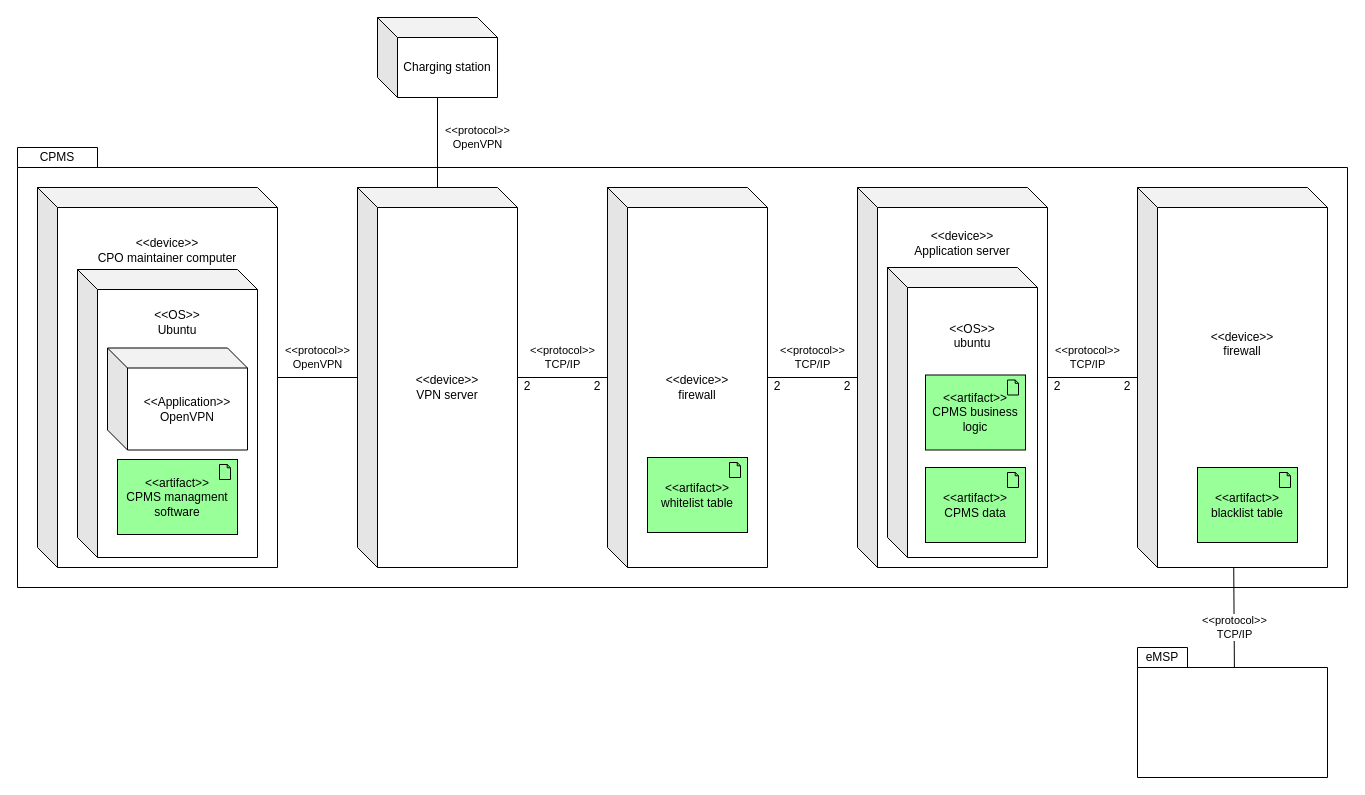
Above: page "CPMS-deployment" (4 of 5) of DD/Graphics/DD.drawio in federico-mandelli/CoriglianoMandelliPignataro (draw.io), before the change. Source tidied: cells renumbered, new cells numbered last; positions are measured from the earlier drawing's top-left corner, leaving out a move shared by most shapes. Both pictures are drawn from the tidied source at 100%, with x=0, y=0 at pixel (17, 17).
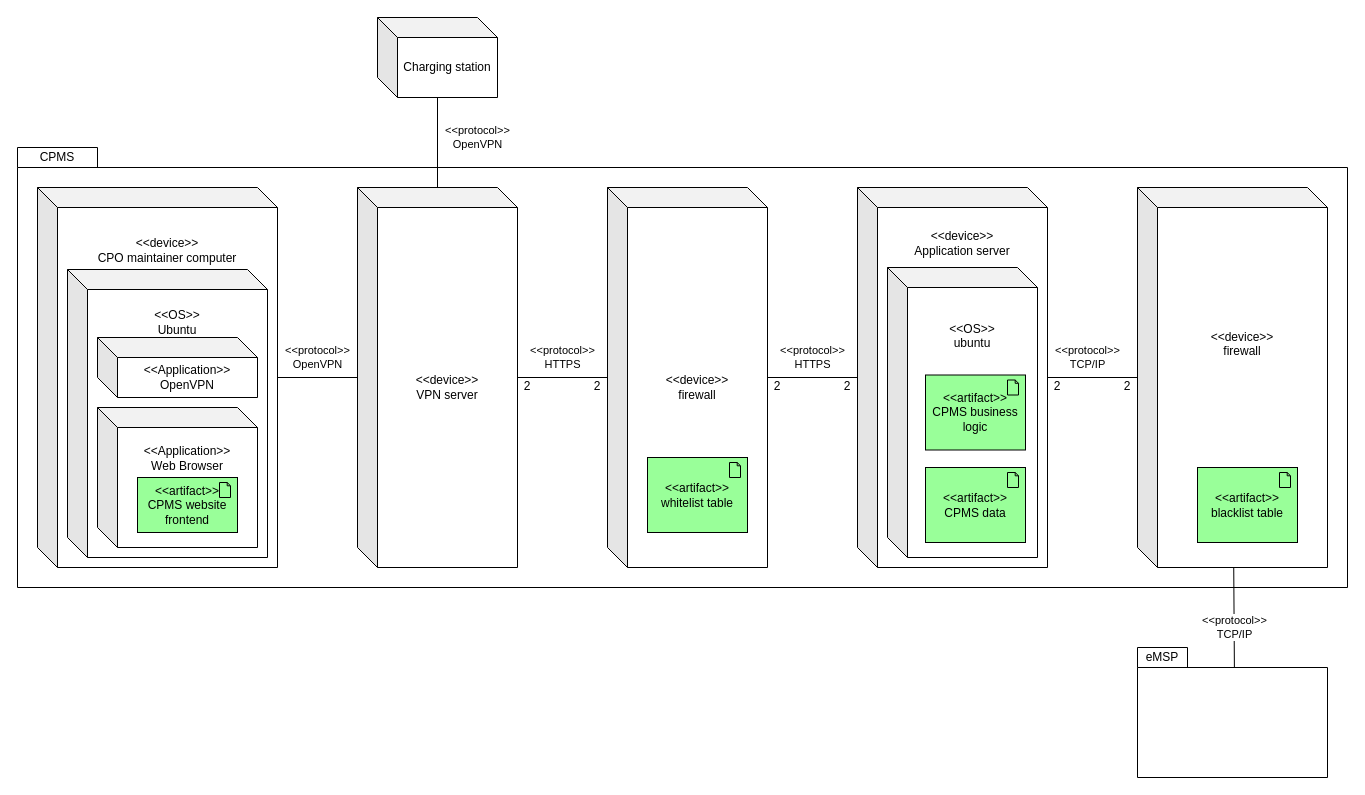
The same page after the edit.

The change refers to these unchanged cells:
```xml
<mxCell id="3" value="&amp;lt;&amp;lt;device&amp;gt;&amp;gt;&lt;br&gt;Application server&lt;br&gt;&lt;br&gt;&lt;br&gt;&lt;br&gt;&lt;br&gt;&lt;br&gt;&lt;br&gt;&lt;br&gt;&lt;br&gt;&lt;br&gt;&lt;br&gt;&lt;br&gt;&lt;br&gt;&lt;br&gt;&lt;br&gt;&lt;br&gt;&lt;br&gt;&lt;br&gt;&lt;br&gt;&lt;br&gt;&lt;br&gt;" style="shape=cube;whiteSpace=wrap;html=1;boundedLbl=1;backgroundOutline=1;darkOpacity=0.05;darkOpacity2=0.1;" parent="1" vertex="1">
  <mxGeometry x="840" y="170" width="190" height="380" as="geometry" />
</mxCell>
<mxCell id="13" value="&amp;lt;&amp;lt;device&amp;gt;&amp;gt;&lt;br&gt;firewall" style="shape=cube;whiteSpace=wrap;html=1;boundedLbl=1;backgroundOutline=1;darkOpacity=0.05;darkOpacity2=0.1;" parent="1" vertex="1">
  <mxGeometry x="590" y="170" width="160" height="380" as="geometry" />
</mxCell>
<mxCell id="21" value="&amp;lt;&amp;lt;device&amp;gt;&amp;gt;&lt;br&gt;VPN server" style="shape=cube;whiteSpace=wrap;html=1;boundedLbl=1;backgroundOutline=1;darkOpacity=0.05;darkOpacity2=0.1;" parent="1" vertex="1">
  <mxGeometry x="340" y="170" width="160" height="380" as="geometry" />
</mxCell>
```

Change to the diagram source:
```diff
@@
     <mxCell id="8" value="&amp;lt;&amp;lt;OS&amp;gt;&amp;gt;&lt;br&gt;Ubuntu&lt;br&gt;&lt;br&gt;&lt;br&gt;&lt;br&gt;&lt;br&gt;&lt;br&gt;&lt;br&gt;&lt;br&gt;&lt;br&gt;&lt;br&gt;&lt;br&gt;&lt;br&gt;&lt;br&gt;&lt;br&gt;&lt;br&gt;" style="shape=cube;whiteSpace=wrap;html=1;boundedLbl=1;backgroundOutline=1;darkOpacity=0.05;darkOpacity2=0.1;" parent="1" vertex="1">
-      <mxGeometry x="60" y="252" width="180" height="288" as="geometry" />
+      <mxGeometry x="50" y="252" width="200" height="288" as="geometry" />
     </mxCell>
@@
-    <mxCell id="10" value="&amp;lt;&amp;lt;artifact&amp;gt;&amp;gt;&lt;br style=&quot;border-color: var(--border-color);&quot;&gt;CPMS managment software" style="html=1;whiteSpace=wrap;fillColor=#99ff99;shape=mxgraph.archimate.application;appType=artifact;" parent="1" vertex="1">
-      <mxGeometry x="100" y="442" width="120" height="75" as="geometry" />
-    </mxCell>
@@
-    <mxCell id="14" value="&amp;lt;&amp;lt;protocol&amp;gt;&amp;gt;&lt;br style=&quot;border-color: var(--border-color);&quot;&gt;TCP/IP" style="endArrow=none;html=1;rounded=0;" parent="1" edge="1" source="3" target="13">
+    <mxCell id="14" value="&amp;lt;&amp;lt;protocol&amp;gt;&amp;gt;&lt;br style=&quot;border-color: var(--border-color);&quot;&gt;HTTPS" style="endArrow=none;html=1;rounded=0;" parent="1" edge="1" source="3" target="13">
       <mxGeometry y="-20" relative="1" as="geometry" />
     </mxCell>
@@
-    <mxCell id="23" value="&amp;lt;&amp;lt;protocol&amp;gt;&amp;gt;&lt;br style=&quot;border-color: var(--border-color);&quot;&gt;TCP/IP" style="endArrow=none;html=1;rounded=0;" parent="1" edge="1" source="21" target="13">
-      <mxGeometry y="20" relative="1" as="geometry" />
+    <mxCell id="23" value="&amp;lt;&amp;lt;protocol&amp;gt;&amp;gt;&lt;br style=&quot;border-color: var(--border-color);&quot;&gt;HTTPS" style="endArrow=none;html=1;rounded=0;" parent="1" edge="1" source="21" target="13">
+      <mxGeometry x="-0.01" y="20" relative="1" as="geometry" />
     </mxCell>
     <mxCell id="24" value="&amp;lt;&amp;lt;Application&amp;gt;&amp;gt;&lt;br&gt;OpenVPN" style="shape=cube;whiteSpace=wrap;html=1;boundedLbl=1;backgroundOutline=1;darkOpacity=0.05;darkOpacity2=0.1;" parent="1" vertex="1">
-      <mxGeometry x="90" y="330.5" width="140" height="102" as="geometry" />
+      <mxGeometry x="80" y="320" width="160" height="60" as="geometry" />
     </mxCell>
@@
+    <mxCell id="32" value="&amp;lt;&amp;lt;Application&amp;gt;&amp;gt;&lt;br&gt;Web Browser&lt;br&gt;&lt;br&gt;&lt;br&gt;&lt;br&gt;&lt;br&gt;" style="shape=cube;whiteSpace=wrap;html=1;boundedLbl=1;backgroundOutline=1;darkOpacity=0.05;darkOpacity2=0.1;" parent="1" vertex="1">
+      <mxGeometry x="80" y="390" width="160" height="140" as="geometry" />
+    </mxCell>
+    <mxCell id="33" value="&amp;lt;&amp;lt;artifact&amp;gt;&amp;gt;&lt;br style=&quot;border-color: var(--border-color);&quot;&gt;CPMS website frontend" style="html=1;whiteSpace=wrap;fillColor=#99ff99;shape=mxgraph.archimate.application;appType=artifact;" parent="1" vertex="1">
+      <mxGeometry x="120" y="460" width="100" height="55" as="geometry" />
+    </mxCell>
```
